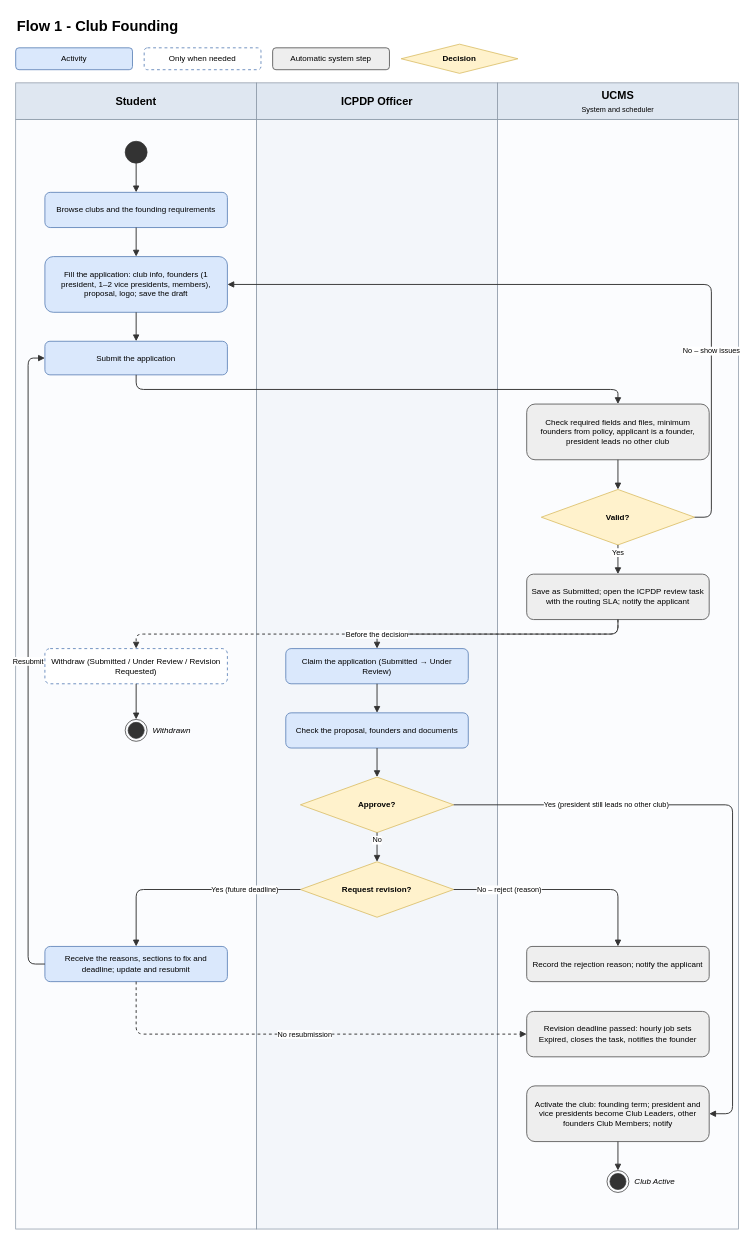
The draw.io diagram page "01 Club Founding" (1 of 14) of docs/03-diagrams/UCMS_Swimlane_Flows.drawio in nvdekay/ClubManagementSystem, before the edit. Source tidied: cells renumbered, new cells numbered last; positions are measured from the earlier drawing's top-left corner, leaving out a move shared by most shapes. Both pictures are drawn from the tidied source at 73%, with x=0, y=0 at pixel (15, 12).
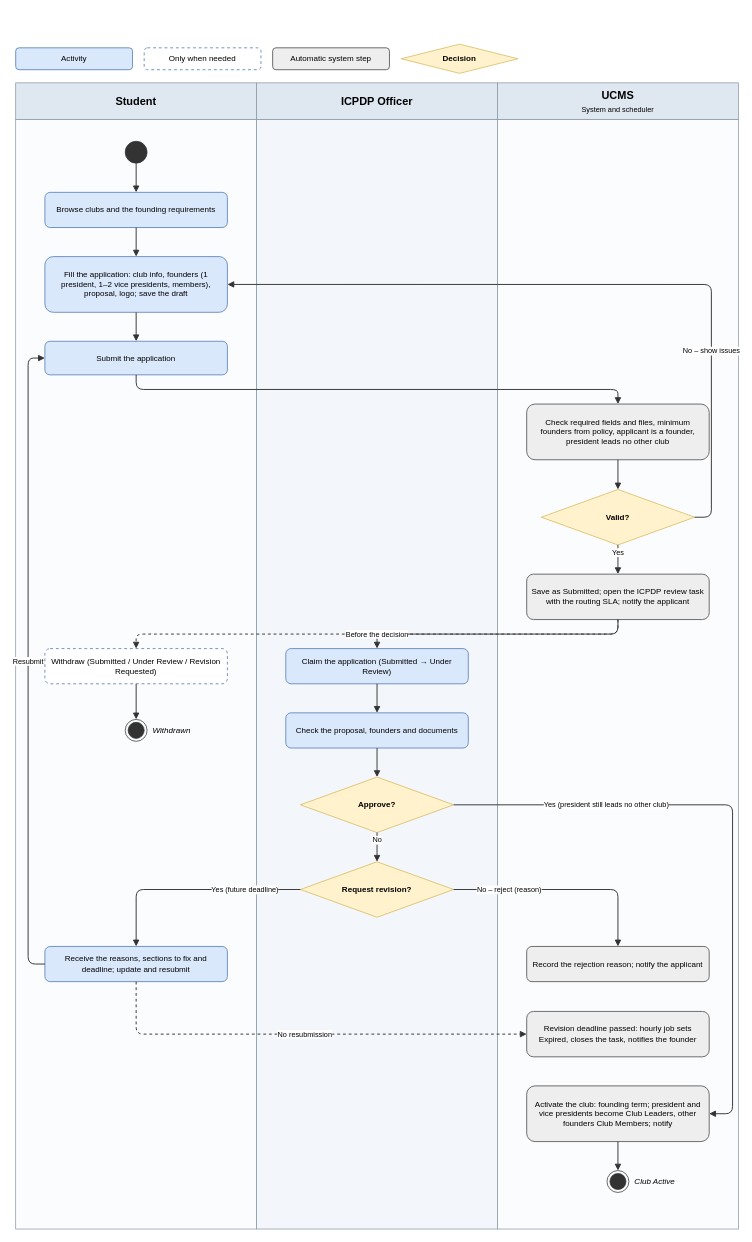
The same diagram, later.

Change to the diagram source:
```diff
@@
-    <mxCell id="2" value="Flow 1 - Club Founding" style="text;html=1;align=left;verticalAlign=middle;fontSize=20;fontStyle=1;" parent="1" vertex="1">
-      <mxGeometry width="990" height="36" as="geometry" />
-    </mxCell>
```
